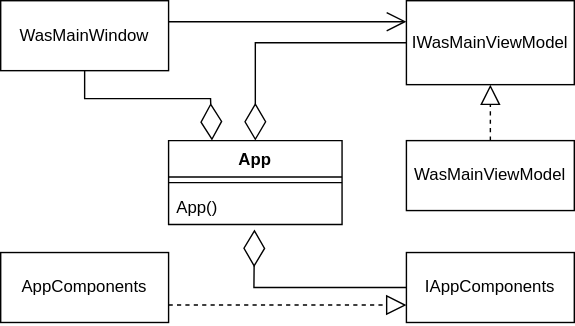
The draw.io diagram Doc/appfacade.drawio.svg in franck-gaspoz/WindowsAudioSessionSample, before a commit. Source tidied: cells renumbered, new cells last; positions are measured from the earlier drawing's top-left corner, leaving out a move shared by most shapes. Its diagram source:
```xml
<mxGraphModel>
  <root>
    <mxCell id="0" />
    <mxCell id="1" parent="0" />
    <mxCell id="2" value="App" style="swimlane;fontStyle=1;align=center;verticalAlign=top;horizontal=1;startSize=26;" parent="1" vertex="1">
      <mxGeometry x="120" y="100" width="124" height="60" as="geometry" />
    </mxCell>
    <mxCell id="3" style="line;strokeWidth=1;fillColor=none;align=left;verticalAlign=middle;spacingTop=-1;spacingLeft=3;spacingRight=3;labelPosition=right;" parent="2" vertex="1">
      <mxGeometry y="26" width="124" height="8" as="geometry" />
    </mxCell>
    <mxCell id="4" value="App()" style="text;strokeColor=none;fillColor=none;align=left;verticalAlign=top;spacingLeft=4;spacingRight=4;overflow=hidden;points=[[0,0.5],[1,0.5]];portConstraint=eastwest;" parent="2" vertex="1">
      <mxGeometry y="34" width="124" height="26" as="geometry" />
    </mxCell>
    <mxCell id="5" value="IWasMainViewModel" style="rounded=0;whiteSpace=wrap;html=1;" parent="1" vertex="1">
      <mxGeometry x="290" width="120" height="60" as="geometry" />
    </mxCell>
    <mxCell id="6" value="WasMainViewModel" style="rounded=0;whiteSpace=wrap;html=1;" parent="1" vertex="1">
      <mxGeometry x="290" y="100" width="120" height="50" as="geometry" />
    </mxCell>
    <mxCell id="7" style="endArrow=block;dashed=1;endFill=0;endSize=12;html=1;rounded=0;entryX=0.5;entryY=1;entryDx=0;entryDy=0;" parent="1" edge="1" source="6" target="5">
      <mxGeometry relative="1" as="geometry" />
    </mxCell>
    <mxCell id="8" value="WasMainWindow" style="rounded=0;whiteSpace=wrap;html=1;" parent="1" vertex="1">
      <mxGeometry width="120" height="50" as="geometry" />
    </mxCell>
    <mxCell id="9" style="endArrow=diamondThin;endFill=0;endSize=24;html=1;rounded=0;entryX=0.25;entryY=0;entryDx=0;entryDy=0;exitX=0.5;exitY=1;exitDx=0;exitDy=0;" parent="1" edge="1" source="8" target="2">
      <mxGeometry relative="1" as="geometry">
        <Array as="points">
          <mxPoint x="60" y="70" />
          <mxPoint x="150" y="70" />
        </Array>
      </mxGeometry>
    </mxCell>
    <mxCell id="10" style="endArrow=diamondThin;endFill=0;endSize=24;html=1;rounded=0;entryX=0.5;entryY=0;entryDx=0;entryDy=0;exitX=0;exitY=0.5;exitDx=0;exitDy=0;" parent="1" edge="1" source="5" target="2">
      <mxGeometry relative="1" as="geometry">
        <Array as="points">
          <mxPoint x="182" y="30" />
        </Array>
      </mxGeometry>
    </mxCell>
    <mxCell id="11" style="endArrow=open;endFill=1;endSize=12;html=1;rounded=0;entryX=0;entryY=0.25;entryDx=0;entryDy=0;" parent="1" edge="1" target="5">
      <mxGeometry relative="1" as="geometry">
        <mxPoint x="120" y="15" as="sourcePoint" />
      </mxGeometry>
    </mxCell>
    <mxCell id="12" value="IAppComponents" style="rounded=0;whiteSpace=wrap;html=1;" parent="1" vertex="1">
      <mxGeometry x="290" y="180" width="120" height="50" as="geometry" />
    </mxCell>
    <mxCell id="13" style="endArrow=diamondThin;endFill=0;endSize=24;html=1;rounded=0;entryX=0.495;entryY=1.135;entryDx=0;entryDy=0;exitX=0;exitY=0.5;exitDx=0;exitDy=0;entryPerimeter=0;" parent="1" edge="1" source="12" target="4">
      <mxGeometry relative="1" as="geometry">
        <Array as="points">
          <mxPoint x="181" y="205" />
        </Array>
      </mxGeometry>
    </mxCell>
    <mxCell id="14" value="AppComponents" style="rounded=0;whiteSpace=wrap;html=1;" parent="1" vertex="1">
      <mxGeometry y="180" width="120" height="50" as="geometry" />
    </mxCell>
    <mxCell id="15" style="endArrow=block;dashed=1;endFill=0;endSize=12;html=1;rounded=0;entryX=0;entryY=0.75;entryDx=0;entryDy=0;exitX=1;exitY=0.75;exitDx=0;exitDy=0;" parent="1" edge="1" source="14" target="12">
      <mxGeometry relative="1" as="geometry" />
    </mxCell>
  </root>
</mxGraphModel>
```
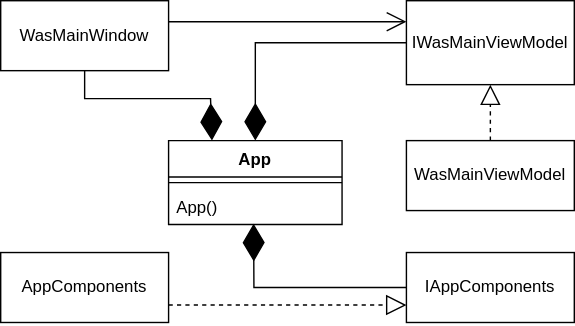
Later version of the same file.

Diff of the diagram source:
```diff
@@ -23,7 +23,7 @@
     <mxCell id="8" value="WasMainWindow" style="rounded=0;whiteSpace=wrap;html=1;" parent="1" vertex="1">
       <mxGeometry width="120" height="50" as="geometry" />
     </mxCell>
-    <mxCell id="9" style="endArrow=diamondThin;endFill=0;endSize=24;html=1;rounded=0;entryX=0.25;entryY=0;entryDx=0;entryDy=0;exitX=0.5;exitY=1;exitDx=0;exitDy=0;" parent="1" edge="1" source="8" target="2">
+    <mxCell id="9" style="endArrow=diamondThin;endFill=1;endSize=24;html=1;rounded=0;entryX=0.25;entryY=0;entryDx=0;entryDy=0;exitX=0.5;exitY=1;exitDx=0;exitDy=0;" parent="1" edge="1" source="8" target="2">
       <mxGeometry relative="1" as="geometry">
         <Array as="points">
           <mxPoint x="60" y="70" />
@@ -31,7 +31,7 @@
         </Array>
       </mxGeometry>
     </mxCell>
-    <mxCell id="10" style="endArrow=diamondThin;endFill=0;endSize=24;html=1;rounded=0;entryX=0.5;entryY=0;entryDx=0;entryDy=0;exitX=0;exitY=0.5;exitDx=0;exitDy=0;" parent="1" edge="1" source="5" target="2">
+    <mxCell id="10" style="endArrow=diamondThin;endFill=1;endSize=24;html=1;rounded=0;entryX=0.5;entryY=0;entryDx=0;entryDy=0;exitX=0;exitY=0.5;exitDx=0;exitDy=0;" parent="1" edge="1" source="5" target="2">
       <mxGeometry relative="1" as="geometry">
         <Array as="points">
           <mxPoint x="182" y="30" />
@@ -46,7 +46,7 @@
     <mxCell id="12" value="IAppComponents" style="rounded=0;whiteSpace=wrap;html=1;" parent="1" vertex="1">
       <mxGeometry x="290" y="180" width="120" height="50" as="geometry" />
     </mxCell>
-    <mxCell id="13" style="endArrow=diamondThin;endFill=0;endSize=24;html=1;rounded=0;entryX=0.495;entryY=1.135;entryDx=0;entryDy=0;exitX=0;exitY=0.5;exitDx=0;exitDy=0;entryPerimeter=0;" parent="1" edge="1" source="12" target="4">
+    <mxCell id="13" style="endArrow=diamondThin;endFill=1;endSize=24;html=1;rounded=0;entryX=0.49;entryY=0.978;entryDx=0;entryDy=0;exitX=0;exitY=0.5;exitDx=0;exitDy=0;entryPerimeter=0;" parent="1" edge="1" source="12" target="4">
       <mxGeometry relative="1" as="geometry">
         <Array as="points">
           <mxPoint x="181" y="205" />
```
